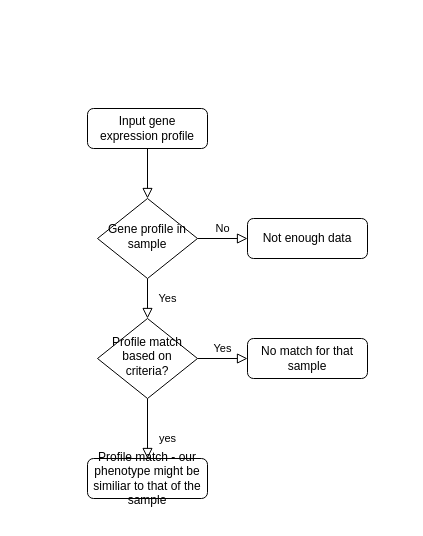
Before: design_documents/Flowchart.drawio in Jenniliu12/TCGA_Matchmaker, a draw.io diagram. Source tidied: cells renumbered, new cells numbered last; positions are measured from the earlier drawing's top-left corner, leaving out a move shared by most shapes. Both pictures are drawn from the tidied source at 100%, with x=0, y=0 at pixel (87, 108).
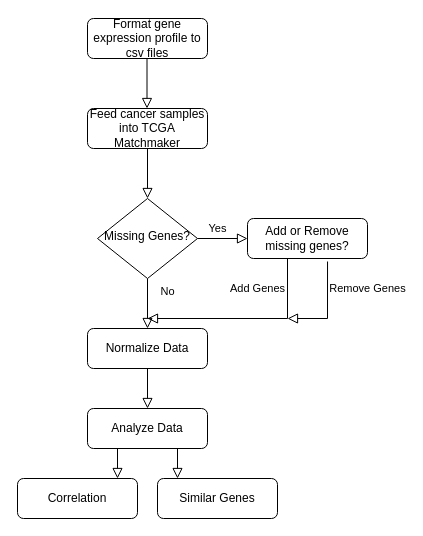
The same diagram, later.

Change to the diagram source:
```diff
@@
-    <mxCell id="3" value="Input gene expression profile" style="rounded=1;whiteSpace=wrap;html=1;fontSize=12;glass=0;strokeWidth=1;shadow=0;" parent="1" vertex="1">
+    <mxCell id="3" value="Feed cancer samples into TCGA Matchmaker" style="rounded=1;whiteSpace=wrap;html=1;fontSize=12;glass=0;strokeWidth=1;shadow=0;" parent="1" vertex="1">
       <mxGeometry width="120" height="40" as="geometry" />
     </mxCell>
-    <mxCell id="4" value="Yes" style="rounded=0;html=1;jettySize=auto;fontSize=11;endArrow=block;endFill=0;endSize=8;strokeWidth=1;shadow=0;labelBackgroundColor=none;edgeStyle=orthogonalEdgeStyle;" parent="1" edge="1" source="6" target="10">
-      <mxGeometry y="20" relative="1" as="geometry" />
+    <mxCell id="4" value="No" style="rounded=0;html=1;jettySize=auto;fontSize=11;endArrow=block;endFill=0;endSize=8;strokeWidth=1;shadow=0;labelBackgroundColor=none;edgeStyle=orthogonalEdgeStyle;entryX=0.5;entryY=0;entryDx=0;entryDy=0;" parent="1" edge="1" source="6" target="17">
+      <mxGeometry x="-0.5" y="20" relative="1" as="geometry" />
     </mxCell>
-    <mxCell id="5" value="No" style="edgeStyle=orthogonalEdgeStyle;rounded=0;html=1;jettySize=auto;fontSize=11;endArrow=block;endFill=0;endSize=8;strokeWidth=1;shadow=0;labelBackgroundColor=none;" parent="1" edge="1" source="6" target="7">
-      <mxGeometry y="10" relative="1" as="geometry" />
+    <mxCell id="5" value="Yes" style="edgeStyle=orthogonalEdgeStyle;rounded=0;html=1;jettySize=auto;fontSize=11;endArrow=block;endFill=0;endSize=8;strokeWidth=1;shadow=0;labelBackgroundColor=none;" parent="1" edge="1" source="6" target="7">
+      <mxGeometry x="-0.2" y="10" relative="1" as="geometry" />
     </mxCell>
-    <mxCell id="6" value="Gene profile in sample" style="rhombus;whiteSpace=wrap;html=1;shadow=0;fontFamily=Helvetica;fontSize=12;align=center;strokeWidth=1;spacing=6;spacingTop=-4;" parent="1" vertex="1">
+    <mxCell id="6" value="Missing Genes?" style="rhombus;whiteSpace=wrap;html=1;shadow=0;fontFamily=Helvetica;fontSize=12;align=center;strokeWidth=1;spacing=6;spacingTop=-4;" parent="1" vertex="1">
       <mxGeometry x="10" y="90" width="100" height="80" as="geometry" />
     </mxCell>
-    <mxCell id="7" value="Not enough data" style="rounded=1;whiteSpace=wrap;html=1;fontSize=12;glass=0;strokeWidth=1;shadow=0;" parent="1" vertex="1">
+    <mxCell id="7" value="Add or Remove missing genes?" style="rounded=1;whiteSpace=wrap;html=1;fontSize=12;glass=0;strokeWidth=1;shadow=0;" parent="1" vertex="1">
       <mxGeometry x="160" y="110" width="120" height="40" as="geometry" />
     </mxCell>
-    <mxCell id="8" value="yes" style="rounded=0;html=1;jettySize=auto;fontSize=11;endArrow=block;endFill=0;endSize=8;strokeWidth=1;shadow=0;labelBackgroundColor=none;edgeStyle=orthogonalEdgeStyle;" parent="1" edge="1" source="10" target="11">
+    <mxCell id="8" style="rounded=0;html=1;jettySize=auto;fontSize=11;endArrow=block;endFill=0;endSize=8;strokeWidth=1;shadow=0;labelBackgroundColor=none;edgeStyle=orthogonalEdgeStyle;exitX=0.5;exitY=1;exitDx=0;exitDy=0;" parent="1" edge="1" source="17" target="11">
       <mxGeometry x="0.33" y="20" relative="1" as="geometry" />
     </mxCell>
-    <mxCell id="9" value="Yes" style="edgeStyle=orthogonalEdgeStyle;rounded=0;html=1;jettySize=auto;fontSize=11;endArrow=block;endFill=0;endSize=8;strokeWidth=1;shadow=0;labelBackgroundColor=none;" parent="1" edge="1" source="10" target="12">
-      <mxGeometry y="10" relative="1" as="geometry" />
-    </mxCell>
-    <mxCell id="10" value="Profile match based on criteria?" style="rhombus;whiteSpace=wrap;html=1;shadow=0;fontFamily=Helvetica;fontSize=12;align=center;strokeWidth=1;spacing=6;spacingTop=-4;" parent="1" vertex="1">
-      <mxGeometry x="10" y="210" width="100" height="80" as="geometry" />
-    </mxCell>
-    <mxCell id="11" value="Profile match - our phenotype might be similiar to that of the sample" style="rounded=1;whiteSpace=wrap;html=1;fontSize=12;glass=0;strokeWidth=1;shadow=0;" parent="1" vertex="1">
-      <mxGeometry y="350" width="120" height="40" as="geometry" />
+    <mxCell id="11" value="Analyze Data" style="rounded=1;whiteSpace=wrap;html=1;fontSize=12;glass=0;strokeWidth=1;shadow=0;" parent="1" vertex="1">
+      <mxGeometry y="300" width="120" height="40" as="geometry" />
     </mxCell>
-    <mxCell id="12" value="No match for that sample" style="rounded=1;whiteSpace=wrap;html=1;fontSize=12;glass=0;strokeWidth=1;shadow=0;" parent="1" vertex="1">
-      <mxGeometry x="160" y="230" width="120" height="40" as="geometry" />
-    </mxCell>
+    <mxCell id="13" value="Format gene expression profile to csv files" style="rounded=1;whiteSpace=wrap;html=1;fontSize=12;glass=0;strokeWidth=1;shadow=0;" parent="1" vertex="1">
+      <mxGeometry y="-90" width="120" height="40" as="geometry" />
+    </mxCell>
+    <mxCell id="14" style="rounded=0;html=1;jettySize=auto;orthogonalLoop=1;fontSize=11;endArrow=block;endFill=0;endSize=8;strokeWidth=1;shadow=0;labelBackgroundColor=none;edgeStyle=orthogonalEdgeStyle;" parent="1" edge="1">
+      <mxGeometry relative="1" as="geometry">
+        <mxPoint x="59.5" y="-50" as="sourcePoint" />
+        <mxPoint x="59.5" as="targetPoint" />
+      </mxGeometry>
+    </mxCell>
+    <mxCell id="15" value="Add Genes" style="rounded=0;html=1;jettySize=auto;orthogonalLoop=1;fontSize=11;endArrow=block;endFill=0;endSize=8;strokeWidth=1;shadow=0;labelBackgroundColor=none;edgeStyle=orthogonalEdgeStyle;entryX=0.5;entryY=0;entryDx=0;entryDy=0;" parent="1" edge="1">
+      <mxGeometry x="-0.1" y="-30" relative="1" as="geometry">
+        <mxPoint x="200" y="150" as="sourcePoint" />
+        <mxPoint x="60" y="210" as="targetPoint" />
+        <Array as="points">
+          <mxPoint x="200" y="210" />
+        </Array>
+      </mxGeometry>
+    </mxCell>
+    <mxCell id="16" value="Remove Genes" style="rounded=0;html=1;jettySize=auto;fontSize=11;endArrow=block;endFill=0;endSize=8;strokeWidth=1;shadow=0;labelBackgroundColor=none;edgeStyle=orthogonalEdgeStyle;exitX=0.667;exitY=1.075;exitDx=0;exitDy=0;exitPerimeter=0;" parent="1" edge="1" source="7">
+      <mxGeometry x="-0.44" y="40" relative="1" as="geometry">
+        <mxPoint x="200" y="210" as="targetPoint" />
+        <Array as="points">
+          <mxPoint x="240" y="210" />
+        </Array>
+      </mxGeometry>
+    </mxCell>
+    <mxCell id="17" value="Normalize Data" style="rounded=1;whiteSpace=wrap;html=1;fontSize=12;glass=0;strokeWidth=1;shadow=0;" parent="1" vertex="1">
+      <mxGeometry y="220" width="120" height="40" as="geometry" />
+    </mxCell>
+    <mxCell id="18" value="Correlation" style="rounded=1;whiteSpace=wrap;html=1;fontSize=12;glass=0;strokeWidth=1;shadow=0;" parent="1" vertex="1">
+      <mxGeometry x="-70" y="370" width="120" height="40" as="geometry" />
+    </mxCell>
+    <mxCell id="19" value="Similar Genes" style="rounded=1;whiteSpace=wrap;html=1;fontSize=12;glass=0;strokeWidth=1;shadow=0;" parent="1" vertex="1">
+      <mxGeometry x="70" y="370" width="120" height="40" as="geometry" />
+    </mxCell>
+    <mxCell id="20" style="rounded=0;html=1;jettySize=auto;orthogonalLoop=1;fontSize=11;endArrow=block;endFill=0;endSize=8;strokeWidth=1;shadow=0;labelBackgroundColor=none;edgeStyle=orthogonalEdgeStyle;exitX=0.5;exitY=1;exitDx=0;exitDy=0;" parent="1" edge="1">
+      <mxGeometry x="0.33" y="20" relative="1" as="geometry">
+        <mxPoint x="90" y="340" as="sourcePoint" />
+        <mxPoint x="90" y="370" as="targetPoint" />
+      </mxGeometry>
+    </mxCell>
+    <mxCell id="21" style="rounded=0;html=1;jettySize=auto;orthogonalLoop=1;fontSize=11;endArrow=block;endFill=0;endSize=8;strokeWidth=1;shadow=0;labelBackgroundColor=none;edgeStyle=orthogonalEdgeStyle;exitX=0.5;exitY=1;exitDx=0;exitDy=0;" parent="1" edge="1">
+      <mxGeometry x="0.33" y="20" relative="1" as="geometry">
+        <mxPoint x="30" y="340" as="sourcePoint" />
+        <mxPoint x="30" y="370" as="targetPoint" />
+      </mxGeometry>
+    </mxCell>
```
